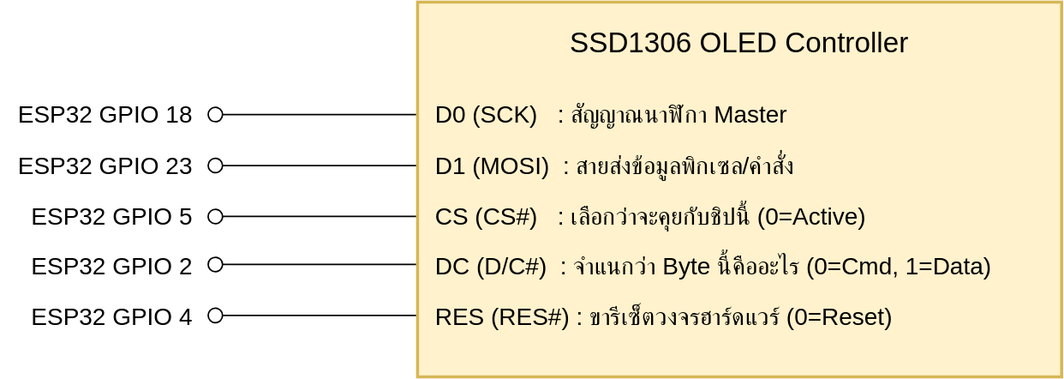
The draw.io diagram Images/SSD1306_OLED_Controller_SPI.svg in 016Rusneeda/Week-09-SPI-OLED-and-Kestrel-UI, before a commit. Source tidied: cells renumbered, new cells last; positions are measured from the earlier drawing's top-left corner, leaving out a move shared by most shapes.
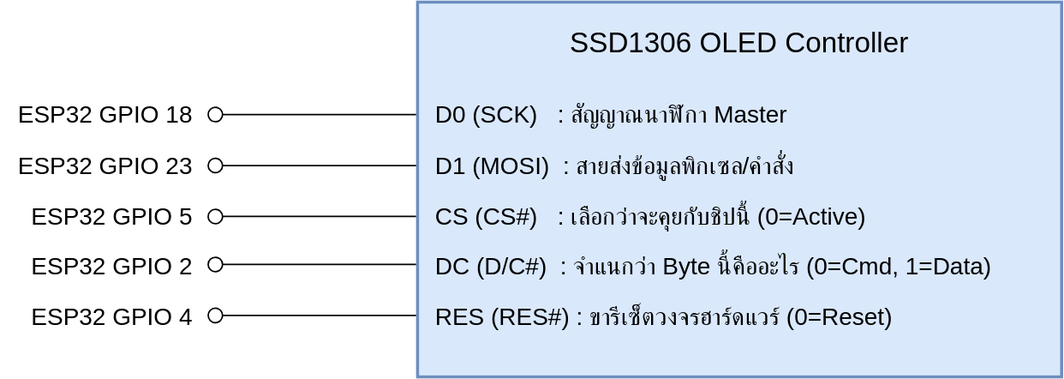
The same diagram one commit later.

What changed in the source:
```diff
@@ -2,7 +2,7 @@
   <root>
     <mxCell id="0" />
     <mxCell id="1" parent="0" />
-    <mxCell id="2" value="&lt;div&gt;&lt;br&gt;&lt;/div&gt;" style="whiteSpace=wrap;html=1;strokeWidth=2;fillColor=#fff2cc;strokeColor=#d6b656;" parent="1" vertex="1">
+    <mxCell id="2" value="&lt;div&gt;&lt;br&gt;&lt;/div&gt;" style="whiteSpace=wrap;html=1;strokeWidth=2;fillColor=#dae8fc;strokeColor=#6c8ebf;" parent="1" vertex="1">
       <mxGeometry x="278" width="430" height="250" as="geometry" />
     </mxCell>
     <mxCell id="3" value="SSD1306 OLED Controller&lt;div style=&quot;forced-color-adjust: none;&quot;&gt;&lt;br style=&quot;forced-color-adjust: none; color: rgb(0, 0, 0); font-family: Helvetica; font-style: normal; font-variant-ligatures: normal; font-variant-caps: normal; font-weight: 400; letter-spacing: normal; orphans: 2; text-indent: 0px; text-transform: none; widows: 2; word-spacing: 0px; -webkit-text-stroke-width: 0px; white-space: normal; background-color: rgb(236, 236, 236); text-decoration-thickness: initial; text-decoration-style: initial; text-decoration-color: initial;&quot;&gt;&#10;&#10;&lt;/div&gt;" style="text;whiteSpace=wrap;html=1;fontSize=19;align=center;" parent="1" vertex="1">
```
